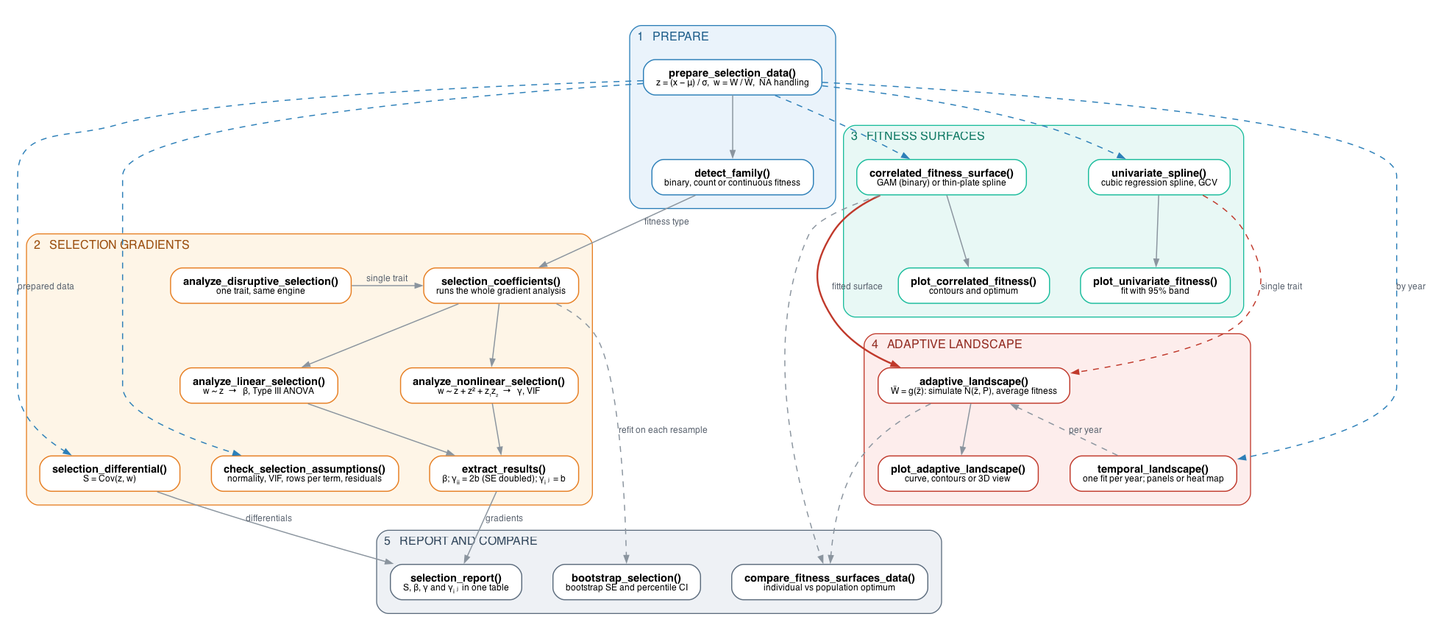
Above: vignettes/workflow.png in Human-Augment-Analytics/Lande (Graphviz), before the change. Its source is kept beside it as vignettes/workflow.dot.
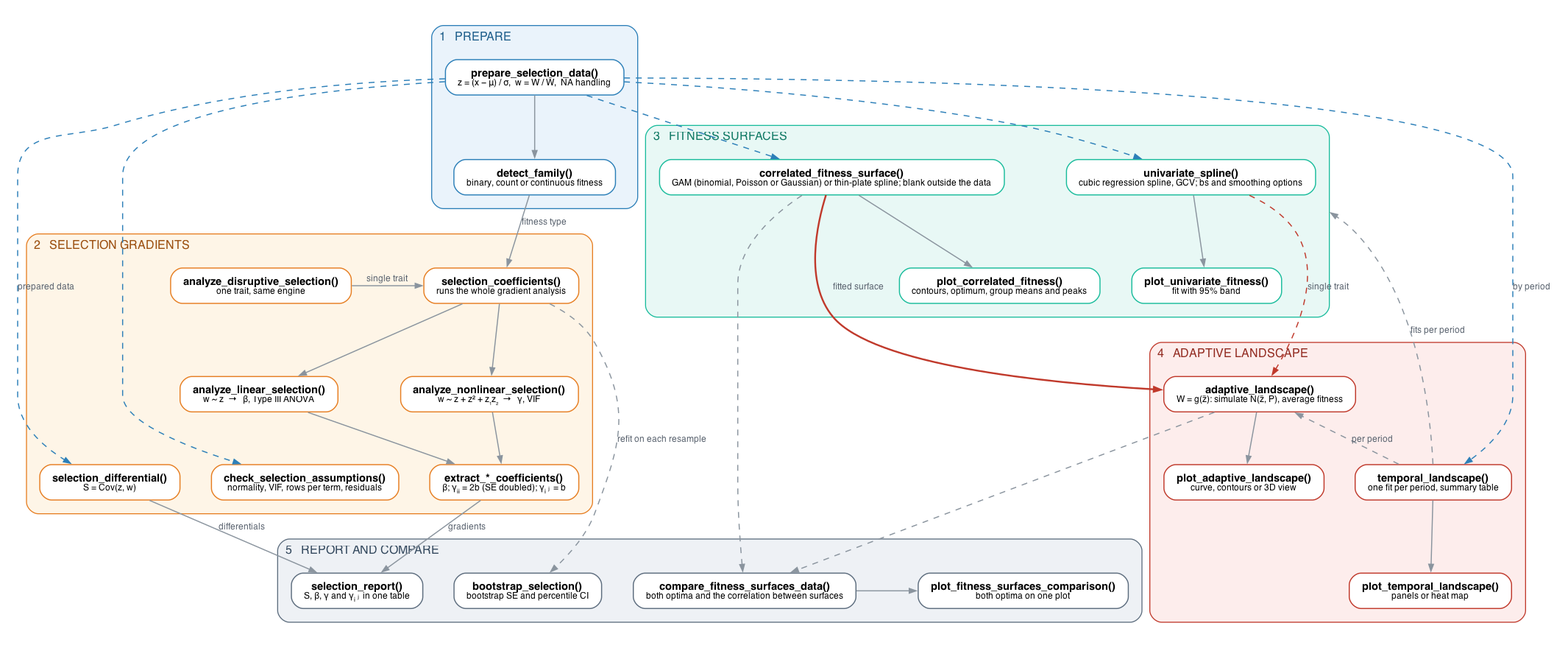
Later version of the same file.

Commit message:
Update the workflow diagram

Diff of the diagram source:
```diff
@@ -26,7 +26,7 @@
     coeff     [label = <<B>selection_coefficients()</B><BR/><FONT POINT-SIZE="9.5">runs the whole gradient analysis</FONT>>]
     linear    [label = <<B>analyze_linear_selection()</B><BR/><FONT POINT-SIZE="9.5">w ~ z&nbsp;&nbsp;&#8594;&nbsp;&nbsp;&#946;,&nbsp;Type III ANOVA</FONT>>]
     nonlinear [label = <<B>analyze_nonlinear_selection()</B><BR/><FONT POINT-SIZE="9.5">w ~ z + z&#178; + z&#8321;z&#8322;&nbsp;&nbsp;&#8594;&nbsp;&nbsp;&#947;,&nbsp;VIF</FONT>>]
-    extract   [label = <<B>extract_results()</B><BR/><FONT POINT-SIZE="9.5">&#946;;&nbsp;&#947;&#7522;&#7522; = 2b (SE doubled);&nbsp;&#947;&#7522;&#11388; = b</FONT>>]
+    extract   [label = <<B>extract_*_coefficients()</B><BR/><FONT POINT-SIZE="9.5">&#946;;&nbsp;&#947;&#7522;&#7522; = 2b (SE doubled);&nbsp;&#947;&#7522;&#11388; = b</FONT>>]
     diff      [label = <<B>selection_differential()</B><BR/><FONT POINT-SIZE="9.5">S = Cov(z, w)</FONT>>]
     check     [label = <<B>check_selection_assumptions()</B><BR/><FONT POINT-SIZE="9.5">normality, VIF, rows per term, residuals</FONT>>]
   }
@@ -36,10 +36,10 @@
     style = "rounded,filled"; fillcolor = "#E8F8F5"; color = "#1ABC9C"; fontcolor = "#117A65"
     labeljust = "l"; margin = 14
     node [color = "#1ABC9C"]
-    uni       [label = <<B>univariate_spline()</B><BR/><FONT POINT-SIZE="9.5">cubic regression spline, GCV</FONT>>]
-    corr      [label = <<B>correlated_fitness_surface()</B><BR/><FONT POINT-SIZE="9.5">GAM (binary) or thin-plate spline</FONT>>]
+    uni       [label = <<B>univariate_spline()</B><BR/><FONT POINT-SIZE="9.5">cubic regression spline, GCV; bs and smoothing options</FONT>>]
+    corr      [label = <<B>correlated_fitness_surface()</B><BR/><FONT POINT-SIZE="9.5">GAM (binomial, Poisson or Gaussian) or thin-plate spline; blank outside the data</FONT>>]
     uni_plot  [label = <<B>plot_univariate_fitness()</B><BR/><FONT POINT-SIZE="9.5">fit with 95% band</FONT>>]
-    corr_plot [label = <<B>plot_correlated_fitness()</B><BR/><FONT POINT-SIZE="9.5">contours and optimum</FONT>>]
+    corr_plot [label = <<B>plot_correlated_fitness()</B><BR/><FONT POINT-SIZE="9.5">contours, optimum, group means and peaks</FONT>>]
   }
 
   subgraph cluster_land {
@@ -49,7 +49,8 @@
     node [color = "#C0392B"]
     adapt      [label = <<B>adaptive_landscape()</B><BR/><FONT POINT-SIZE="9.5">W&#773; = g(z&#773;): simulate N(z&#773;, P), average fitness</FONT>>]
     adapt_plot [label = <<B>plot_adaptive_landscape()</B><BR/><FONT POINT-SIZE="9.5">curve, contours or 3D view</FONT>>]
-    temporal   [label = <<B>temporal_landscape()</B><BR/><FONT POINT-SIZE="9.5">one fit per year; panels or heat map</FONT>>]
+    temporal   [label = <<B>temporal_landscape()</B><BR/><FONT POINT-SIZE="9.5">one fit per period, summary table</FONT>>]
+    temporal_plot [label = <<B>plot_temporal_landscape()</B><BR/><FONT POINT-SIZE="9.5">panels or heat map</FONT>>]
   }
 
   subgraph cluster_out {
@@ -59,7 +60,8 @@
     node [color = "#5D6D7E"]
     report  [label = <<B>selection_report()</B><BR/><FONT POINT-SIZE="9.5">S, &#946;, &#947; and &#947;&#7522;&#11388; in one table</FONT>>]
     boot    [label = <<B>bootstrap_selection()</B><BR/><FONT POINT-SIZE="9.5">bootstrap SE and percentile CI</FONT>>]
-    compare [label = <<B>compare_fitness_surfaces_data()</B><BR/><FONT POINT-SIZE="9.5">individual vs population optimum</FONT>>]
+    compare [label = <<B>compare_fitness_surfaces_data()</B><BR/><FONT POINT-SIZE="9.5">both optima and the correlation between surfaces</FONT>>]
+    compare_plot [label = <<B>plot_fitness_surfaces_comparison()</B><BR/><FONT POINT-SIZE="9.5">both optima on one plot</FONT>>]
   }
 
   # main path
@@ -86,8 +88,10 @@
   corr -> adapt [label = "fitted surface", color = "#C0392B", penwidth = 1.8]
   uni -> adapt [label = "single trait", color = "#C0392B", style = dashed]
   adapt -> adapt_plot
-  prep -> temporal [color = "#2C7FB8", style = dashed, label = "by year"]
-  temporal -> adapt [style = dashed, label = "per year"]
+  prep -> temporal [color = "#2C7FB8", style = dashed, label = "by period"]
+  temporal -> adapt [style = dashed, label = "per period"]
+  temporal -> uni [lhead = cluster_surface, style = dashed, label = "fits per period"]
+  temporal -> temporal_plot
   corr -> compare [style = dashed]
   adapt -> compare [style = dashed]
 
@@ -101,5 +105,7 @@
   corr_plot -> adapt [style = invis]
   { rank = same; extract; diff; check }
   { rank = same; adapt_plot; temporal }
-  { rank = same; report; boot; compare }
+  { rank = same; temporal_plot }
+  { rank = same; report; boot; compare; compare_plot }
+  compare -> compare_plot [constraint = false]
 }
```
